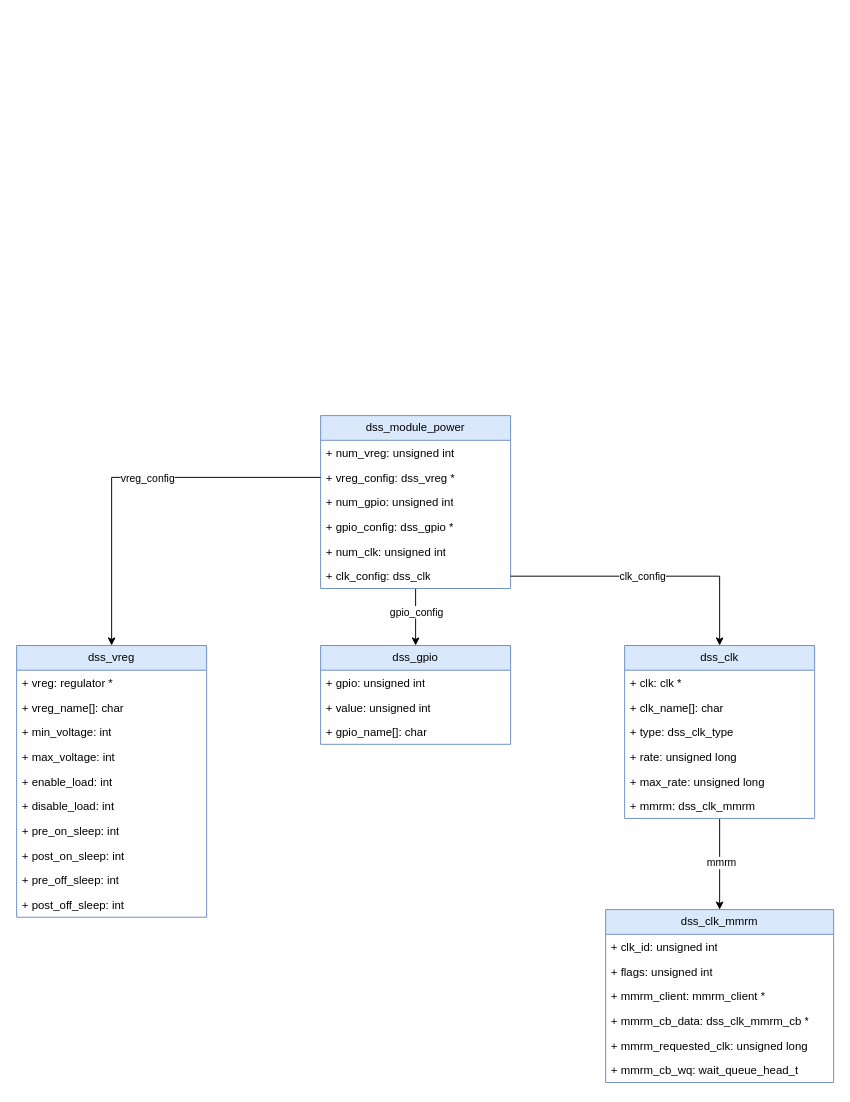
Earlier version of the draw.io diagram sde_power.drawio (Kaling1203/Diagram). Source tidied: cells renumbered, new cells numbered last; positions are measured from the earlier drawing's top-left corner, leaving out a move shared by most shapes. Both pictures are drawn from the tidied source at 95%, with x=0, y=0 at pixel (16, 415).
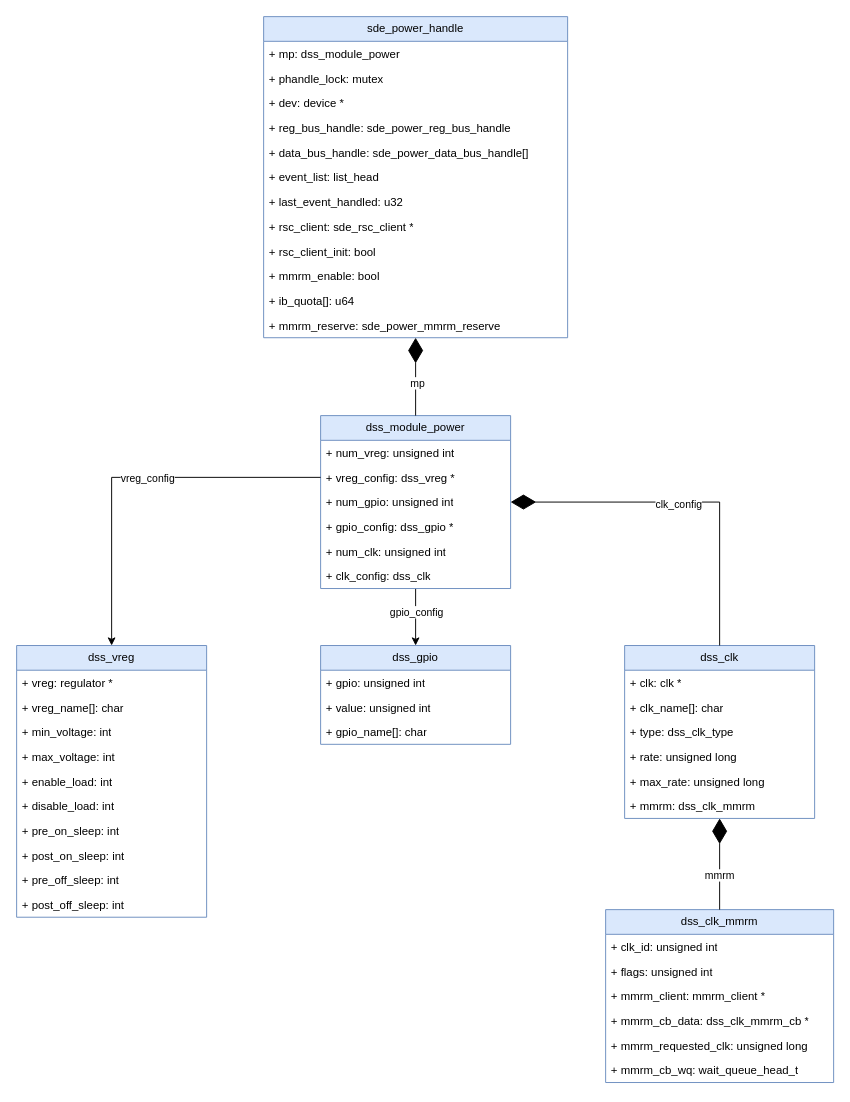
After the change.

The change refers to these unchanged cells:
```xml
<mxCell id="4" value="dss_module_power" style="swimlane;fontStyle=0;horizontal=1;startSize=26;fillColor=#dae8fc;whiteSpace=wrap;html=1;strokeColor=#6c8ebf;" parent="1" vertex="1">
  <mxGeometry x="320" width="200" height="182" as="geometry" />
</mxCell>
<mxCell id="10" value="+ clk_config: dss_clk" style="text;strokeColor=none;fillColor=none;align=left;verticalAlign=top;spacingLeft=4;spacingRight=4;overflow=hidden;points=[[0,0.5],[1,0.5]];portConstraint=eastwest;whiteSpace=wrap;html=1;" parent="4" vertex="1">
  <mxGeometry y="156" width="200" height="26" as="geometry" />
</mxCell>
<mxCell id="28" value="dss_clk" style="swimlane;fontStyle=0;horizontal=1;startSize=26;fillColor=#dae8fc;whiteSpace=wrap;html=1;strokeColor=#6c8ebf;" parent="1" vertex="1">
  <mxGeometry x="640" y="242" width="200" height="182" as="geometry" />
</mxCell>
<mxCell id="35" value="dss_clk_mmrm" style="swimlane;fontStyle=0;horizontal=1;startSize=26;fillColor=#dae8fc;whiteSpace=wrap;html=1;strokeColor=#6c8ebf;" parent="1" vertex="1">
  <mxGeometry x="620" y="520" width="240" height="182" as="geometry" />
</mxCell>
```

Change to the diagram source:
```diff
@@
-    <mxCell id="26" style="edgeStyle=orthogonalEdgeStyle;rounded=0;jettySize=auto;html=1;" parent="1" edge="1" source="28" target="35">
-      <mxGeometry relative="1" as="geometry" />
-    </mxCell>
-    <mxCell id="27" value="mmrm" style="edgeLabel;html=1;align=center;verticalAlign=middle;" parent="26" vertex="1">
-      <mxGeometry x="-0.04" y="1" relative="1" as="geometry" />
-    </mxCell>
@@
-    <mxCell id="44" style="edgeStyle=orthogonalEdgeStyle;rounded=0;jettySize=auto;html=1;" parent="1" edge="1" source="10" target="28">
-      <mxGeometry relative="1" as="geometry" />
-    </mxCell>
+    <mxCell id="46" value="sde_power_handle" style="swimlane;fontStyle=0;horizontal=1;startSize=26;fillColor=#dae8fc;whiteSpace=wrap;html=1;strokeColor=#6c8ebf;" parent="1" vertex="1">
+      <mxGeometry x="260" y="-420" width="320" height="338" as="geometry" />
+    </mxCell>
+    <mxCell id="47" value="+ mp: dss_module_power" style="text;strokeColor=none;fillColor=none;align=left;verticalAlign=top;spacingLeft=4;spacingRight=4;overflow=hidden;whiteSpace=wrap;html=1;" parent="46" vertex="1">
+      <mxGeometry y="26" width="320" height="26" as="geometry" />
+    </mxCell>
+    <mxCell id="48" value="+ phandle_lock: mutex" style="text;strokeColor=none;fillColor=none;align=left;verticalAlign=top;spacingLeft=4;spacingRight=4;overflow=hidden;whiteSpace=wrap;html=1;" parent="46" vertex="1">
+      <mxGeometry y="52" width="320" height="26" as="geometry" />
+    </mxCell>
+    <mxCell id="49" value="+ dev: device *" style="text;strokeColor=none;fillColor=none;align=left;verticalAlign=top;spacingLeft=4;spacingRight=4;overflow=hidden;whiteSpace=wrap;html=1;" parent="46" vertex="1">
+      <mxGeometry y="78" width="320" height="26" as="geometry" />
+    </mxCell>
+    <mxCell id="50" value="+ reg_bus_handle: sde_power_reg_bus_handle" style="text;strokeColor=none;fillColor=none;align=left;verticalAlign=top;spacingLeft=4;spacingRight=4;overflow=hidden;whiteSpace=wrap;html=1;" parent="46" vertex="1">
+      <mxGeometry y="104" width="320" height="26" as="geometry" />
+    </mxCell>
+    <mxCell id="51" value="+ data_bus_handle: sde_power_data_bus_handle[]" style="text;strokeColor=none;fillColor=none;align=left;verticalAlign=top;spacingLeft=4;spacingRight=4;overflow=hidden;whiteSpace=wrap;html=1;" parent="46" vertex="1">
+      <mxGeometry y="130" width="320" height="26" as="geometry" />
+    </mxCell>
+    <mxCell id="52" value="+ event_list: list_head" style="text;strokeColor=none;fillColor=none;align=left;verticalAlign=top;spacingLeft=4;spacingRight=4;overflow=hidden;whiteSpace=wrap;html=1;" parent="46" vertex="1">
+      <mxGeometry y="156" width="320" height="26" as="geometry" />
+    </mxCell>
+    <mxCell id="53" value="+ last_event_handled: u32" style="text;strokeColor=none;fillColor=none;align=left;verticalAlign=top;spacingLeft=4;spacingRight=4;overflow=hidden;whiteSpace=wrap;html=1;" parent="46" vertex="1">
+      <mxGeometry y="182" width="320" height="26" as="geometry" />
+    </mxCell>
+    <mxCell id="54" value="+ rsc_client: sde_rsc_client *" style="text;strokeColor=none;fillColor=none;align=left;verticalAlign=top;spacingLeft=4;spacingRight=4;overflow=hidden;whiteSpace=wrap;html=1;" parent="46" vertex="1">
+      <mxGeometry y="208" width="320" height="26" as="geometry" />
+    </mxCell>
+    <mxCell id="55" value="+ rsc_client_init: bool" style="text;strokeColor=none;fillColor=none;align=left;verticalAlign=top;spacingLeft=4;spacingRight=4;overflow=hidden;whiteSpace=wrap;html=1;" parent="46" vertex="1">
+      <mxGeometry y="234" width="320" height="26" as="geometry" />
+    </mxCell>
+    <mxCell id="56" value="+ mmrm_enable: bool" style="text;strokeColor=none;fillColor=none;align=left;verticalAlign=top;spacingLeft=4;spacingRight=4;overflow=hidden;whiteSpace=wrap;html=1;" parent="46" vertex="1">
+      <mxGeometry y="260" width="320" height="26" as="geometry" />
+    </mxCell>
+    <mxCell id="57" value="+ ib_quota[]: u64" style="text;strokeColor=none;fillColor=none;align=left;verticalAlign=top;spacingLeft=4;spacingRight=4;overflow=hidden;whiteSpace=wrap;html=1;" parent="46" vertex="1">
+      <mxGeometry y="286" width="320" height="26" as="geometry" />
+    </mxCell>
+    <mxCell id="58" value="+ mmrm_reserve: sde_power_mmrm_reserve" style="text;strokeColor=none;fillColor=none;align=left;verticalAlign=top;spacingLeft=4;spacingRight=4;overflow=hidden;whiteSpace=wrap;html=1;" parent="46" vertex="1">
+      <mxGeometry y="312" width="320" height="26" as="geometry" />
+    </mxCell>
+    <mxCell id="59" style="endArrow=diamondThin;endFill=1;endSize=24;html=1;rounded=0;" parent="1" edge="1" source="4" target="46">
+      <mxGeometry relative="1" as="geometry" />
+    </mxCell>
+    <mxCell id="60" value="mp" style="edgeLabel;html=1;align=center;verticalAlign=middle;" parent="59" vertex="1">
+      <mxGeometry x="-0.15" y="-1" relative="1" as="geometry" />
+    </mxCell>
+    <mxCell id="61" style="endArrow=diamondThin;endFill=1;endSize=24;html=1;rounded=0;" parent="1" edge="1" source="35" target="28">
+      <mxGeometry relative="1" as="geometry" />
+    </mxCell>
+    <mxCell id="27" value="mmrm" style="edgeLabel;html=1;align=center;verticalAlign=middle;" parent="61" vertex="1">
+      <mxGeometry x="-0.23" y="1" relative="1" as="geometry" />
+    </mxCell>
+    <mxCell id="62" style="endArrow=diamondThin;endFill=1;endSize=24;html=1;rounded=0;" parent="1" edge="1" source="28" target="4">
+      <mxGeometry relative="1" as="geometry">
+        <Array as="points">
+          <mxPoint x="740" y="91" />
+        </Array>
+      </mxGeometry>
+    </mxCell>
-    <mxCell id="45" value="clk_config" style="edgeLabel;html=1;align=center;verticalAlign=middle;" parent="44" vertex="1">
-      <mxGeometry x="-0.06" y="-4" relative="1" as="geometry">
-        <mxPoint y="-4" as="offset" />
-      </mxGeometry>
+    <mxCell id="45" value="clk_config" style="edgeLabel;html=1;align=center;verticalAlign=middle;" parent="62" vertex="1">
+      <mxGeometry x="0.05" y="2" relative="1" as="geometry" />
     </mxCell>
```
